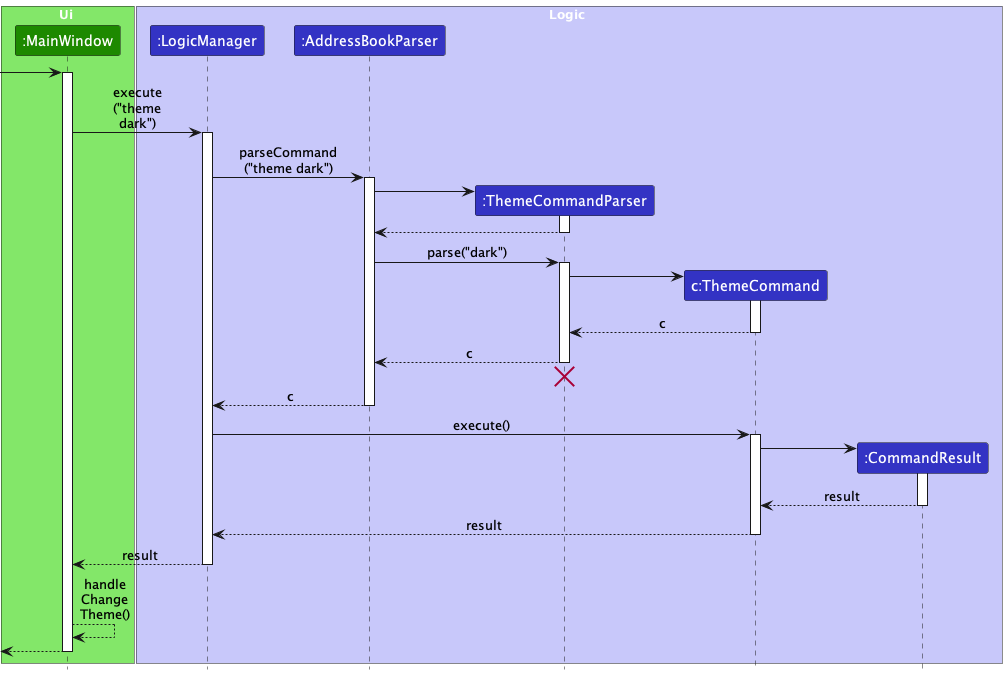
nus-cs2103-AY2324S1/tp keeps this PlantUML diagram as docs/images/ChangeThemeSequenceDiagram.png. Above is the earlier version. Source of this version:
```plantuml
@startuml
!include style.puml
skinparam ArrowFontStyle plain
box Ui UI_COLOR_T1
participant ":MainWindow" as Ui UI_COLOR
end box

box Logic LOGIC_COLOR_T1
participant ":LogicManager" as LogicManager LOGIC_COLOR
participant ":AddressBookParser" as AddressBookParser LOGIC_COLOR
participant ":ThemeCommandParser" as ThemeCommandParser LOGIC_COLOR
participant "c:ThemeCommand" as ThemeCommand LOGIC_COLOR
participant ":CommandResult" as CommandResult LOGIC_COLOR
end box

[-> Ui :
activate Ui

Ui -> LogicManager : execute\n("theme\ndark")
activate LogicManager

LogicManager -> AddressBookParser : parseCommand\n("theme dark")
activate AddressBookParser

create ThemeCommandParser
AddressBookParser -> ThemeCommandParser
activate ThemeCommandParser

ThemeCommandParser --> AddressBookParser
deactivate ThemeCommandParser

AddressBookParser -> ThemeCommandParser : parse("dark")
activate ThemeCommandParser

create ThemeCommand
ThemeCommandParser -> ThemeCommand
activate ThemeCommand

ThemeCommand --> ThemeCommandParser : c
deactivate ThemeCommand

ThemeCommandParser --> AddressBookParser : c
deactivate ThemeCommandParser
ThemeCommandParser -[hidden]-> AddressBookParser
destroy ThemeCommandParser

AddressBookParser --> LogicManager : c
deactivate AddressBookParser

LogicManager -> ThemeCommand : execute()
activate ThemeCommand

create CommandResult
ThemeCommand -> CommandResult
activate CommandResult

CommandResult --> ThemeCommand : result
deactivate CommandResult

ThemeCommand --> LogicManager : result
deactivate ThemeCommand

LogicManager --> Ui : result
deactivate LogicManager

Ui --> Ui : handle\nChange\nTheme()

[<--Ui
deactivate Ui
@enduml
```
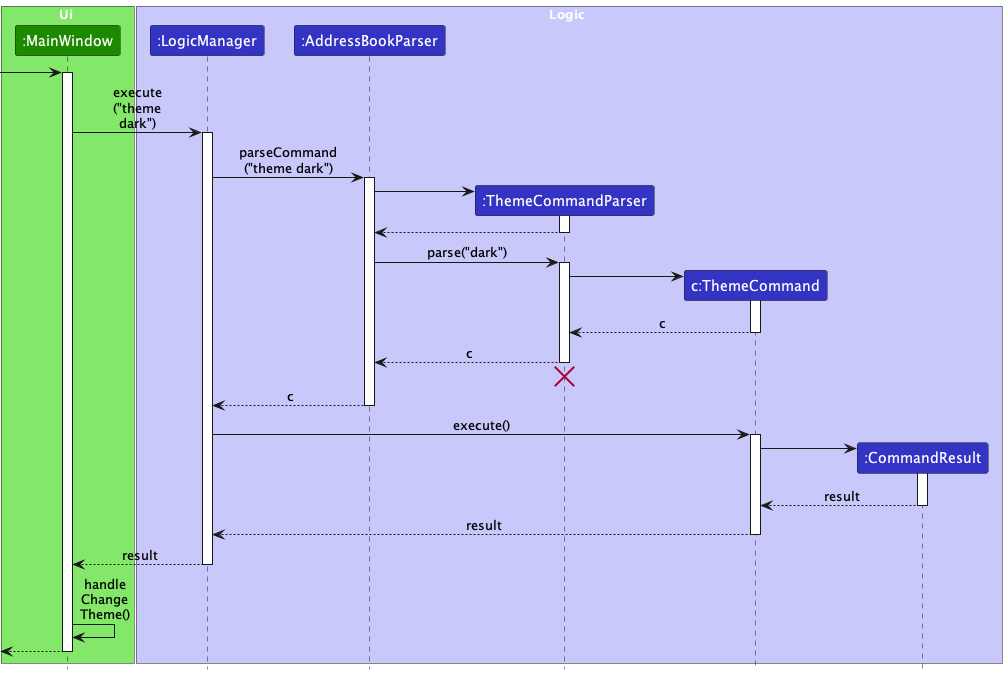
After the commit.

Commit message:
Update theme sequence diagram and add fullstops to use case

The edit, as a diff of the source:
```diff
@@ -63,7 +63,7 @@
 LogicManager --> Ui : result
 deactivate LogicManager
 
-Ui --> Ui : handle\nChange\nTheme()
+Ui -> Ui : handle\nChange\nTheme()
 
 [<--Ui
 deactivate Ui
```
